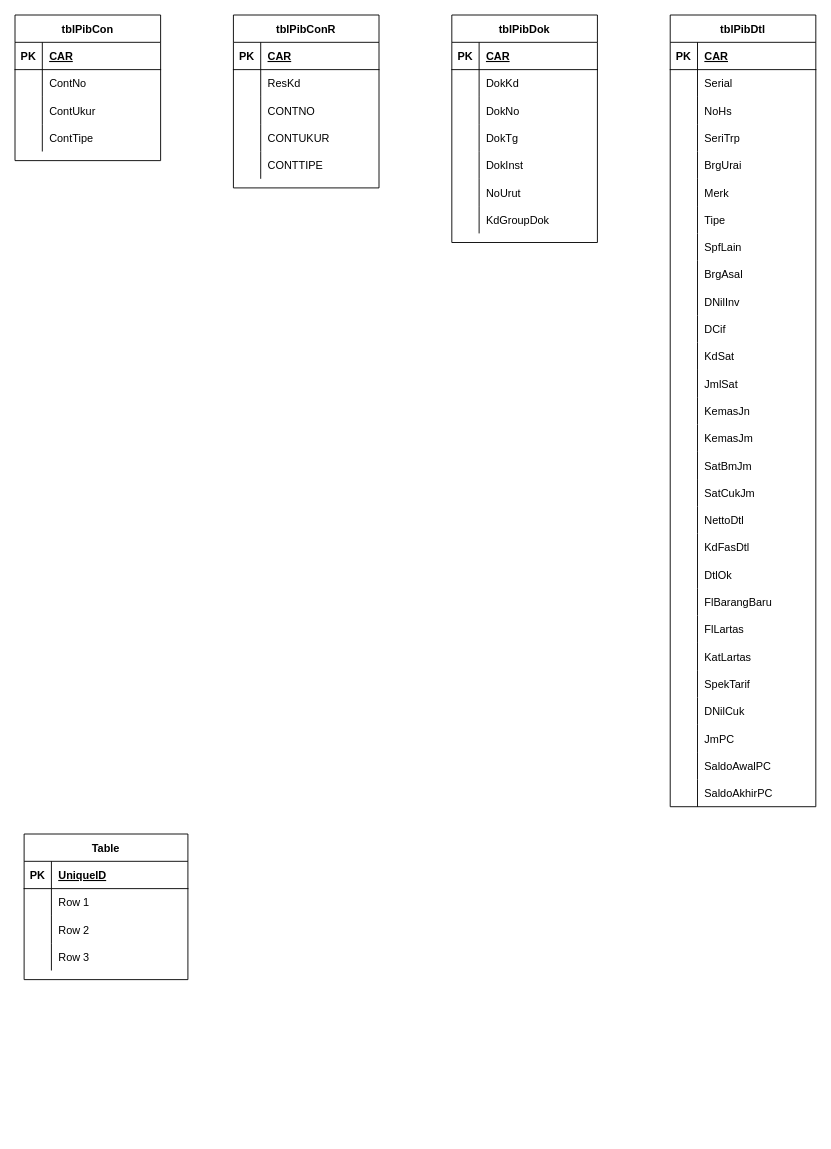
This is import_system_table.drawio from 1000pilar/import-system-ii, a draw.io file, before an edit. Source tidied: cells renumbered, new cells numbered last; positions are measured from the earlier drawing's top-left corner, leaving out a move shared by most shapes. Both pictures are drawn from the tidied source at 91%, with x=0, y=0 at pixel (15, 15).
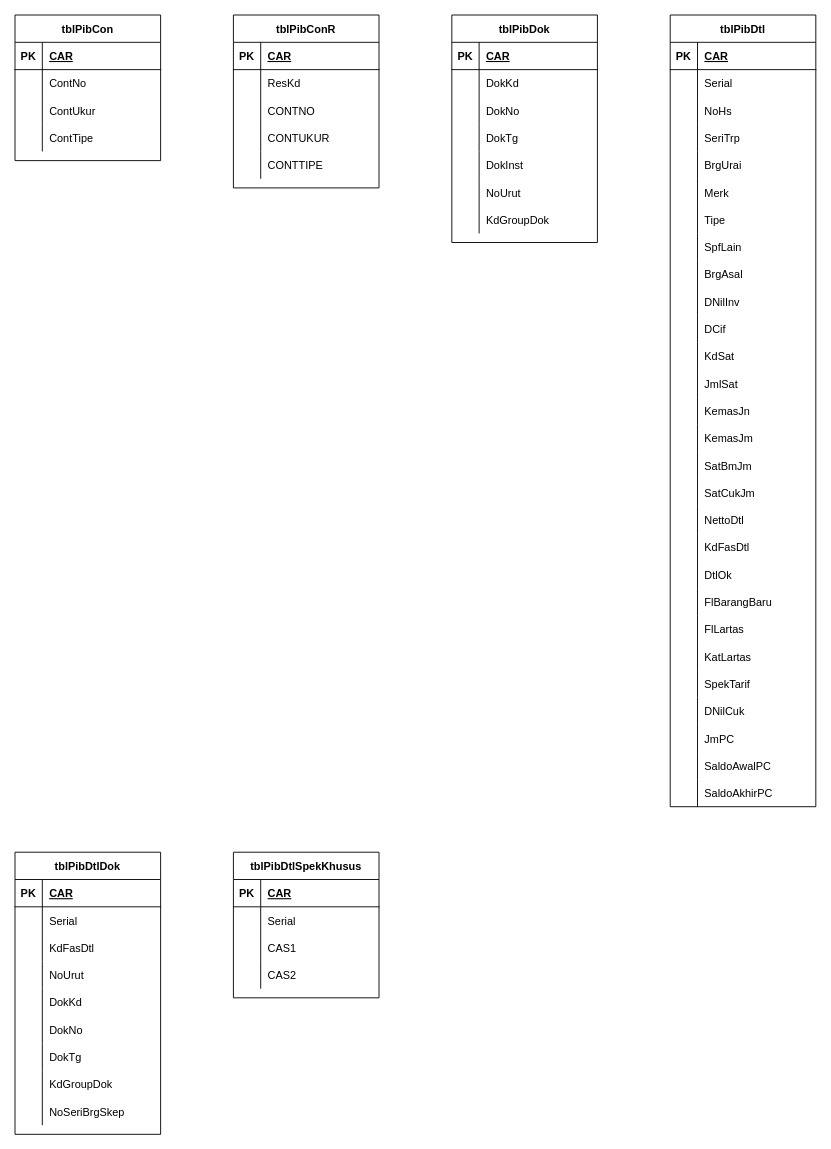
Above is the later version.

Change to the diagram source:
```diff
@@
-    <mxCell id="138" value="Table" style="shape=table;startSize=30;childLayout=tableLayout;rowLines=0;fontStyle=1;align=center;" parent="1" vertex="1">
-      <mxGeometry x="10" y="900" width="180" height="160" as="geometry" />
+    <mxCell id="138" value="tblPibDtlDok" style="shape=table;startSize=30;childLayout=tableLayout;rowLines=0;fontStyle=1;align=center;" parent="1" vertex="1">
+      <mxGeometry y="920" width="160" height="310" as="geometry" />
     </mxCell>
     <mxCell id="139" style="shape=partialRectangle;fillColor=none;top=0;left=0;bottom=1;right=0;" parent="138" vertex="1">
-      <mxGeometry y="30" width="180" height="30" as="geometry" />
+      <mxGeometry y="30" width="160" height="30" as="geometry" />
     </mxCell>
@@
-    <mxCell id="141" value="UniqueID" style="shape=partialRectangle;fillColor=none;top=0;left=0;bottom=0;right=0;align=left;spacingLeft=6;fontStyle=5;overflow=hidden;" parent="139" vertex="1">
-      <mxGeometry x="30" width="150" height="30" as="geometry" />
+    <mxCell id="141" value="CAR" style="shape=partialRectangle;fillColor=none;top=0;left=0;bottom=0;right=0;align=left;spacingLeft=6;fontStyle=5;overflow=hidden;" parent="139" vertex="1">
+      <mxGeometry x="30" width="130" height="30" as="geometry" />
     </mxCell>
     <mxCell id="142" style="shape=partialRectangle;fillColor=none;top=0;left=0;bottom=0;right=0;" parent="138" vertex="1">
-      <mxGeometry y="60" width="180" height="30" as="geometry" />
+      <mxGeometry y="60" width="160" height="30" as="geometry" />
     </mxCell>
@@
-    <mxCell id="144" value="Row 1" style="shape=partialRectangle;fillColor=none;top=0;left=0;bottom=0;right=0;align=left;spacingLeft=6;overflow=hidden;" parent="142" vertex="1">
-      <mxGeometry x="30" width="150" height="30" as="geometry" />
+    <mxCell id="144" value="Serial" style="shape=partialRectangle;fillColor=none;top=0;left=0;bottom=0;right=0;align=left;spacingLeft=6;overflow=hidden;" parent="142" vertex="1">
+      <mxGeometry x="30" width="130" height="30" as="geometry" />
     </mxCell>
     <mxCell id="145" style="shape=partialRectangle;fillColor=none;top=0;left=0;bottom=0;right=0;" parent="138" vertex="1">
-      <mxGeometry y="90" width="180" height="30" as="geometry" />
+      <mxGeometry y="90" width="160" height="30" as="geometry" />
     </mxCell>
@@
-    <mxCell id="147" value="Row 2" style="shape=partialRectangle;fillColor=none;top=0;left=0;bottom=0;right=0;align=left;spacingLeft=6;overflow=hidden;" parent="145" vertex="1">
-      <mxGeometry x="30" width="150" height="30" as="geometry" />
+    <mxCell id="147" value="KdFasDtl" style="shape=partialRectangle;fillColor=none;top=0;left=0;bottom=0;right=0;align=left;spacingLeft=6;overflow=hidden;" parent="145" vertex="1">
+      <mxGeometry x="30" width="130" height="30" as="geometry" />
     </mxCell>
     <mxCell id="148" style="shape=partialRectangle;fillColor=none;top=0;left=0;bottom=0;right=0;" parent="138" vertex="1">
-      <mxGeometry y="120" width="180" height="30" as="geometry" />
+      <mxGeometry y="120" width="160" height="30" as="geometry" />
     </mxCell>
@@
-    <mxCell id="150" value="Row 3" style="shape=partialRectangle;fillColor=none;top=0;left=0;bottom=0;right=0;align=left;spacingLeft=6;overflow=hidden;" parent="148" vertex="1">
-      <mxGeometry x="30" width="150" height="30" as="geometry" />
+    <mxCell id="150" value="NoUrut" style="shape=partialRectangle;fillColor=none;top=0;left=0;bottom=0;right=0;align=left;spacingLeft=6;overflow=hidden;" parent="148" vertex="1">
+      <mxGeometry x="30" width="130" height="30" as="geometry" />
     </mxCell>
+    <mxCell id="151" style="shape=partialRectangle;fillColor=none;top=0;left=0;bottom=0;right=0;" parent="138" vertex="1">
+      <mxGeometry y="150" width="160" height="30" as="geometry" />
+    </mxCell>
+    <mxCell id="152" style="shape=partialRectangle;fillColor=none;top=0;left=0;bottom=0;right=0;overflow=hidden;" parent="151" vertex="1">
+      <mxGeometry width="30" height="30" as="geometry" />
+    </mxCell>
+    <mxCell id="153" value="DokKd" style="shape=partialRectangle;fillColor=none;top=0;left=0;bottom=0;right=0;align=left;spacingLeft=6;overflow=hidden;" parent="151" vertex="1">
+      <mxGeometry x="30" width="130" height="30" as="geometry" />
+    </mxCell>
+    <mxCell id="154" style="shape=partialRectangle;fillColor=none;top=0;left=0;bottom=0;right=0;" parent="138" vertex="1">
+      <mxGeometry y="180" width="160" height="30" as="geometry" />
+    </mxCell>
+    <mxCell id="155" style="shape=partialRectangle;fillColor=none;top=0;left=0;bottom=0;right=0;overflow=hidden;" parent="154" vertex="1">
+      <mxGeometry width="30" height="30" as="geometry" />
+    </mxCell>
+    <mxCell id="156" value="DokNo" style="shape=partialRectangle;fillColor=none;top=0;left=0;bottom=0;right=0;align=left;spacingLeft=6;overflow=hidden;" parent="154" vertex="1">
+      <mxGeometry x="30" width="130" height="30" as="geometry" />
+    </mxCell>
+    <mxCell id="157" style="shape=partialRectangle;fillColor=none;top=0;left=0;bottom=0;right=0;" parent="138" vertex="1">
+      <mxGeometry y="210" width="160" height="30" as="geometry" />
+    </mxCell>
+    <mxCell id="158" style="shape=partialRectangle;fillColor=none;top=0;left=0;bottom=0;right=0;overflow=hidden;" parent="157" vertex="1">
+      <mxGeometry width="30" height="30" as="geometry" />
+    </mxCell>
+    <mxCell id="159" value="DokTg" style="shape=partialRectangle;fillColor=none;top=0;left=0;bottom=0;right=0;align=left;spacingLeft=6;overflow=hidden;" parent="157" vertex="1">
+      <mxGeometry x="30" width="130" height="30" as="geometry" />
+    </mxCell>
+    <mxCell id="160" style="shape=partialRectangle;fillColor=none;top=0;left=0;bottom=0;right=0;" parent="138" vertex="1">
+      <mxGeometry y="240" width="160" height="30" as="geometry" />
+    </mxCell>
+    <mxCell id="161" style="shape=partialRectangle;fillColor=none;top=0;left=0;bottom=0;right=0;overflow=hidden;" parent="160" vertex="1">
+      <mxGeometry width="30" height="30" as="geometry" />
+    </mxCell>
+    <mxCell id="162" value="KdGroupDok" style="shape=partialRectangle;fillColor=none;top=0;left=0;bottom=0;right=0;align=left;spacingLeft=6;overflow=hidden;" parent="160" vertex="1">
+      <mxGeometry x="30" width="130" height="30" as="geometry" />
+    </mxCell>
+    <mxCell id="163" style="shape=partialRectangle;fillColor=none;top=0;left=0;bottom=0;right=0;" parent="138" vertex="1">
+      <mxGeometry y="270" width="160" height="30" as="geometry" />
+    </mxCell>
+    <mxCell id="164" style="shape=partialRectangle;fillColor=none;top=0;left=0;bottom=0;right=0;overflow=hidden;" parent="163" vertex="1">
+      <mxGeometry width="30" height="30" as="geometry" />
+    </mxCell>
+    <mxCell id="165" value="NoSeriBrgSkep" style="shape=partialRectangle;fillColor=none;top=0;left=0;bottom=0;right=0;align=left;spacingLeft=6;overflow=hidden;" parent="163" vertex="1">
+      <mxGeometry x="30" width="130" height="30" as="geometry" />
+    </mxCell>
+    <mxCell id="166" value="tblPibDtlSpekKhusus" style="shape=table;startSize=30;childLayout=tableLayout;rowLines=0;fontStyle=1;align=center;" parent="1" vertex="1">
+      <mxGeometry x="240" y="920" width="160" height="160" as="geometry" />
+    </mxCell>
+    <mxCell id="167" style="shape=partialRectangle;fillColor=none;top=0;left=0;bottom=1;right=0;" parent="166" vertex="1">
+      <mxGeometry y="30" width="160" height="30" as="geometry" />
+    </mxCell>
+    <mxCell id="168" value="PK" style="shape=partialRectangle;fillColor=none;top=0;left=0;bottom=0;right=0;fontStyle=1;overflow=hidden;" parent="167" vertex="1">
+      <mxGeometry width="30" height="30" as="geometry" />
+    </mxCell>
+    <mxCell id="169" value="CAR" style="shape=partialRectangle;fillColor=none;top=0;left=0;bottom=0;right=0;align=left;spacingLeft=6;fontStyle=5;overflow=hidden;" parent="167" vertex="1">
+      <mxGeometry x="30" width="130" height="30" as="geometry" />
+    </mxCell>
+    <mxCell id="170" style="shape=partialRectangle;fillColor=none;top=0;left=0;bottom=0;right=0;" parent="166" vertex="1">
+      <mxGeometry y="60" width="160" height="30" as="geometry" />
+    </mxCell>
+    <mxCell id="171" style="shape=partialRectangle;fillColor=none;top=0;left=0;bottom=0;right=0;overflow=hidden;" parent="170" vertex="1">
+      <mxGeometry width="30" height="30" as="geometry" />
+    </mxCell>
+    <mxCell id="172" value="Serial" style="shape=partialRectangle;fillColor=none;top=0;left=0;bottom=0;right=0;align=left;spacingLeft=6;overflow=hidden;" parent="170" vertex="1">
+      <mxGeometry x="30" width="130" height="30" as="geometry" />
+    </mxCell>
+    <mxCell id="173" style="shape=partialRectangle;fillColor=none;top=0;left=0;bottom=0;right=0;" parent="166" vertex="1">
+      <mxGeometry y="90" width="160" height="30" as="geometry" />
+    </mxCell>
+    <mxCell id="174" style="shape=partialRectangle;fillColor=none;top=0;left=0;bottom=0;right=0;overflow=hidden;" parent="173" vertex="1">
+      <mxGeometry width="30" height="30" as="geometry" />
+    </mxCell>
+    <mxCell id="175" value="CAS1" style="shape=partialRectangle;fillColor=none;top=0;left=0;bottom=0;right=0;align=left;spacingLeft=6;overflow=hidden;" parent="173" vertex="1">
+      <mxGeometry x="30" width="130" height="30" as="geometry" />
+    </mxCell>
+    <mxCell id="176" style="shape=partialRectangle;fillColor=none;top=0;left=0;bottom=0;right=0;" parent="166" vertex="1">
+      <mxGeometry y="120" width="160" height="30" as="geometry" />
+    </mxCell>
+    <mxCell id="177" style="shape=partialRectangle;fillColor=none;top=0;left=0;bottom=0;right=0;overflow=hidden;" parent="176" vertex="1">
+      <mxGeometry width="30" height="30" as="geometry" />
+    </mxCell>
+    <mxCell id="178" value="CAS2" style="shape=partialRectangle;fillColor=none;top=0;left=0;bottom=0;right=0;align=left;spacingLeft=6;overflow=hidden;" parent="176" vertex="1">
+      <mxGeometry x="30" width="130" height="30" as="geometry" />
+    </mxCell>
```
